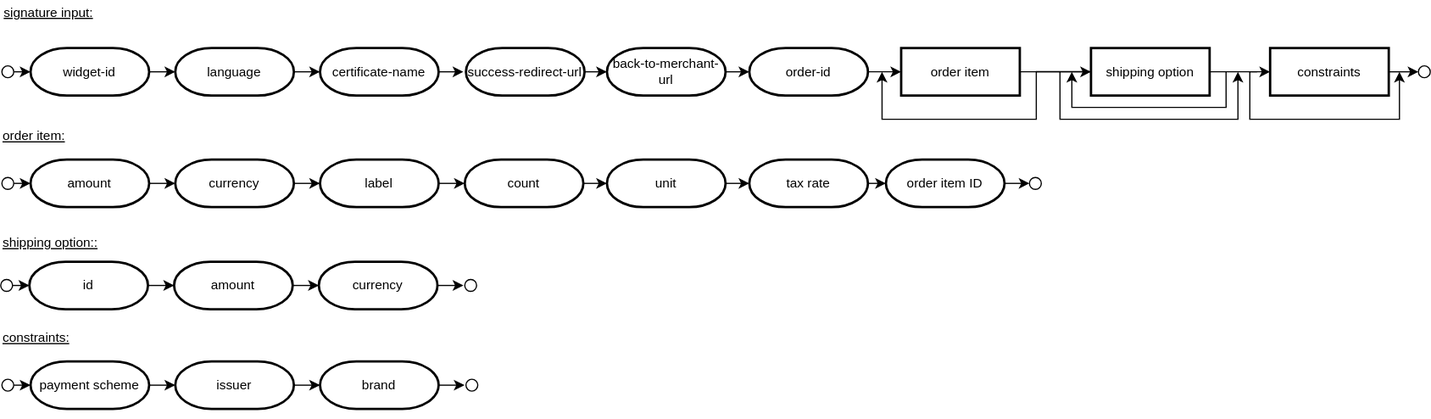
Earlier version of the draw.io export images/signature-generation.svg (klix-app/klix-app.github.io). Source tidied: cells renumbered, new cells last; positions are measured from the earlier drawing's top-left corner, leaving out a move shared by most shapes.
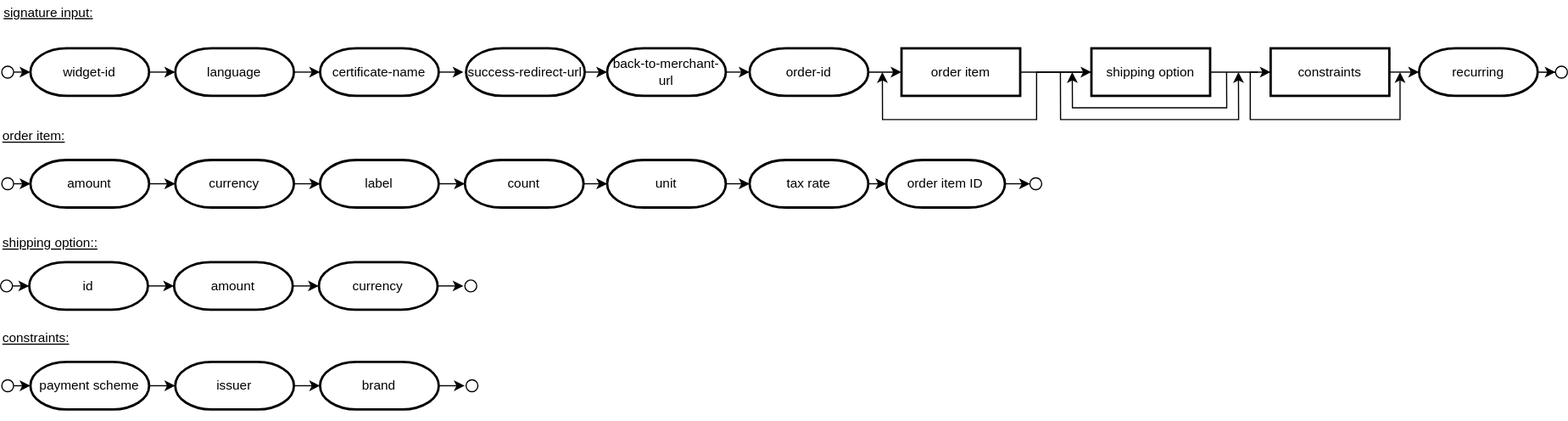
The same file after the commit.

Diff of the diagram source:
```diff
@@ -77,9 +77,9 @@
       <mxGeometry x="631" y="40" width="100" height="40" as="geometry" />
     </mxCell>
     <mxCell id="19" style="ellipse;whiteSpace=wrap;html=1;rounded=0;comic=0;strokeWidth=1;fontSize=11;" parent="1" vertex="1">
-      <mxGeometry x="1195" y="55" width="10" height="10" as="geometry" />
+      <mxGeometry x="1310" y="55" width="10" height="10" as="geometry" />
     </mxCell>
-    <mxCell id="20" style="edgeStyle=orthogonalEdgeStyle;rounded=0;jettySize=auto;html=1;exitX=1;exitY=0.5;exitDx=0;exitDy=0;entryX=0;entryY=0.5;entryDx=0;entryDy=0;fontSize=11;" parent="1" edge="1" source="12" target="19">
+    <mxCell id="20" style="edgeStyle=orthogonalEdgeStyle;rounded=0;jettySize=auto;html=1;exitX=1;exitY=0.5;exitDx=0;exitDy=0;entryX=0;entryY=0.5;entryDx=0;entryDy=0;fontSize=11;entryPerimeter=0;" parent="1" edge="1" source="12" target="70">
       <mxGeometry relative="1" as="geometry" />
     </mxCell>
     <mxCell id="21" style="edgeStyle=orthogonalEdgeStyle;rounded=0;jettySize=auto;html=1;exitX=1;exitY=0.5;exitDx=0;exitDy=0;entryX=0;entryY=0.5;entryDx=0;entryDy=0;entryPerimeter=0;fontSize=11;" parent="1" edge="1" source="22" target="7">
@@ -242,5 +242,11 @@
     <mxCell id="69" style="edgeStyle=orthogonalEdgeStyle;curved=1;rounded=0;jettySize=auto;html=1;exitX=1;exitY=0.5;exitDx=0;exitDy=0;exitPerimeter=0;entryX=0;entryY=0.5;entryDx=0;entryDy=0;entryPerimeter=0;fontSize=11;" parent="1" edge="1" source="66" target="67">
       <mxGeometry relative="1" as="geometry" />
     </mxCell>
+    <mxCell id="70" value="&lt;span style=&quot;font-size: 11px&quot;&gt;recurring&lt;/span&gt;" style="strokeWidth=2;html=1;shape=mxgraph.flowchart.terminator;whiteSpace=wrap;rounded=1;comic=0;fontSize=11;" parent="1" vertex="1">
+      <mxGeometry x="1195" y="40" width="100" height="40" as="geometry" />
+    </mxCell>
+    <mxCell id="71" style="edgeStyle=orthogonalEdgeStyle;rounded=0;jettySize=auto;html=1;entryX=0;entryY=0.5;entryDx=0;entryDy=0;fontSize=11;exitX=1.007;exitY=0.502;exitDx=0;exitDy=0;exitPerimeter=0;" parent="1" edge="1" source="70" target="19">
+      <mxGeometry relative="1" as="geometry" />
+    </mxCell>
   </root>
 </mxGraphModel>
```
